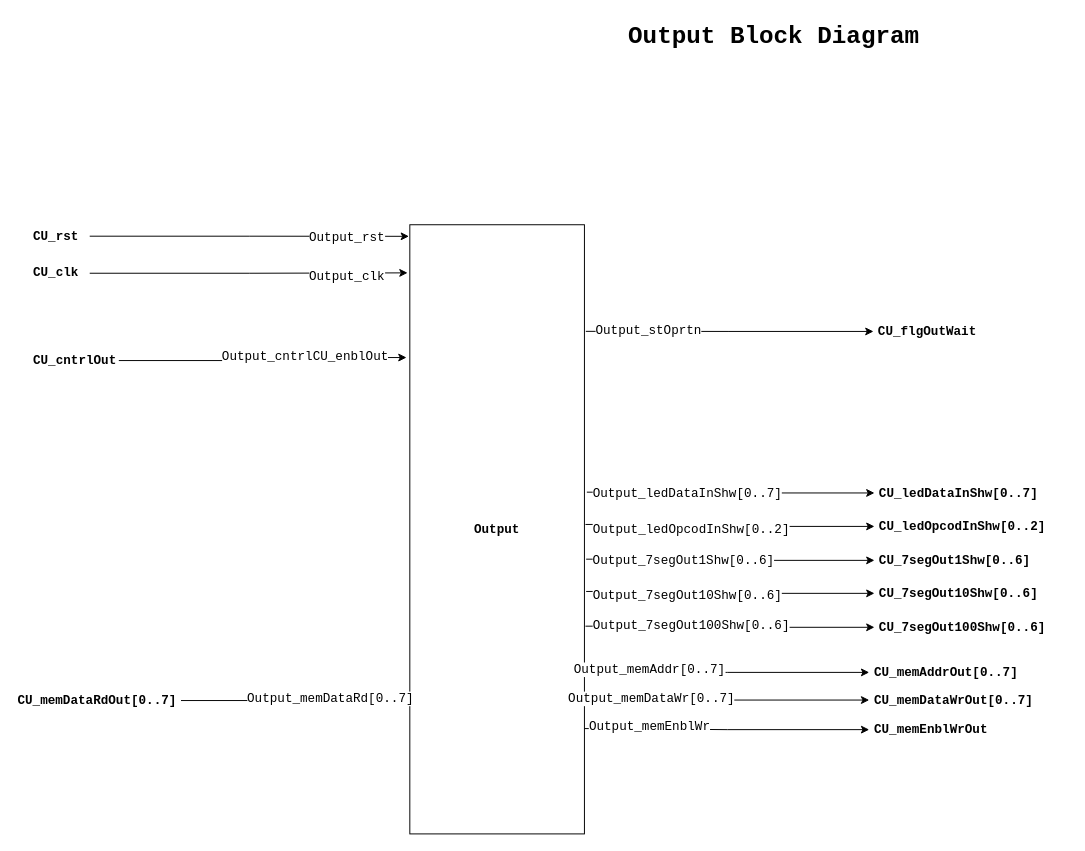
Above: page "Output_BD" (6 of 9) of 04_ControlUnit_v1/CPU_Design.drawio in Vichu95/Basic_CPU_FPGA (draw.io), before the change. Source tidied: cells renumbered, new cells numbered last; positions are measured from the earlier drawing's top-left corner, leaving out a move shared by most shapes. Both pictures are drawn from the tidied source at 97%, with x=0, y=0 at pixel (16, 16).
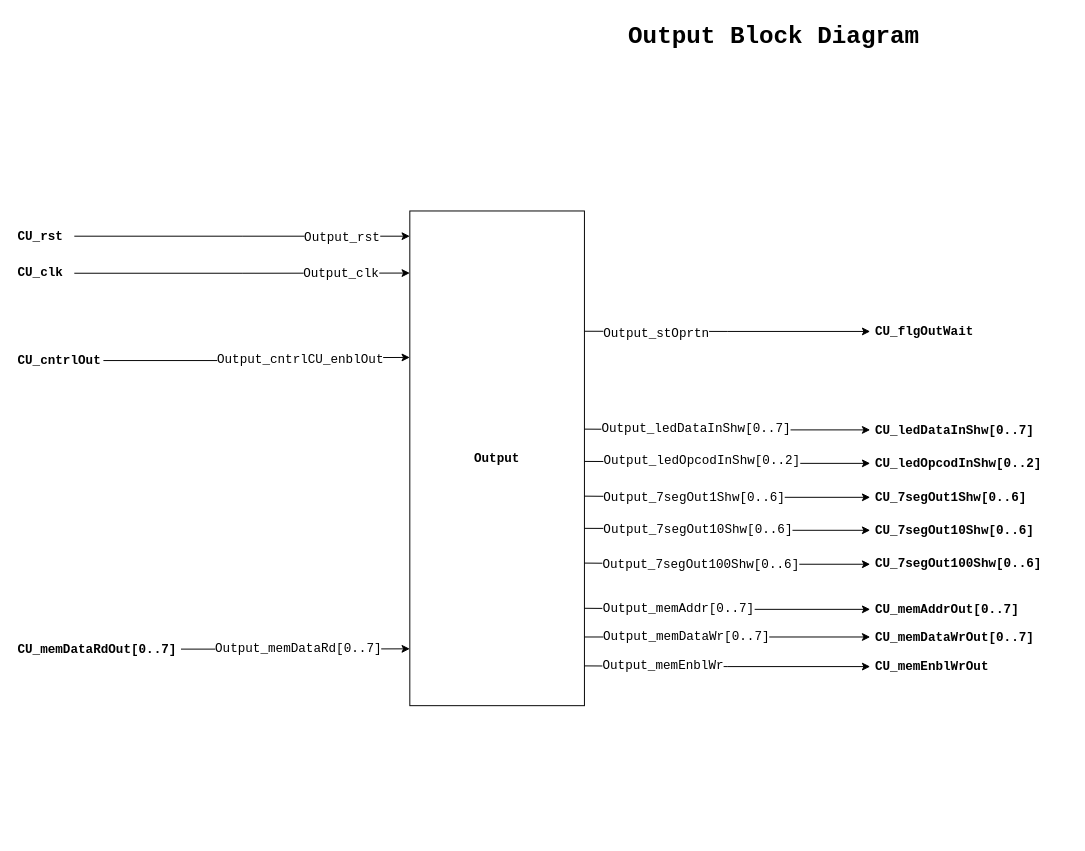
The same diagram, later.

What changed in the source:
```diff
@@
     <mxCell id="3" value="&lt;b&gt;&lt;font style=&quot;font-size: 13px;&quot;&gt;Output&lt;/font&gt;&lt;/b&gt;" style="rounded=0;whiteSpace=wrap;html=1;fontFamily=Courier New;fontSize=11;" parent="1" vertex="1">
-      <mxGeometry x="406" y="214.2" width="180" height="628" as="geometry" />
+      <mxGeometry x="406" y="200" width="180" height="510" as="geometry" />
     </mxCell>
-    <mxCell id="4" style="edgeStyle=orthogonalEdgeStyle;rounded=0;jettySize=auto;html=1;fontFamily=Courier New;fontSize=13;fontColor=#0000FF;entryX=-0.005;entryY=0.019;entryDx=0;entryDy=0;entryPerimeter=0;" parent="1" edge="1" source="6" target="3">
-      <mxGeometry relative="1" as="geometry" />
+    <mxCell id="4" style="edgeStyle=orthogonalEdgeStyle;rounded=0;jettySize=auto;html=1;fontFamily=Courier New;fontSize=13;fontColor=#0000FF;" parent="1" edge="1" source="6">
+      <mxGeometry relative="1" as="geometry">
+        <mxPoint x="406" y="226" as="targetPoint" />
+      </mxGeometry>
     </mxCell>
     <mxCell id="5" value="Output_rst" style="edgeLabel;html=1;align=center;verticalAlign=middle;fontSize=13;fontFamily=Courier New;fontColor=#000000;" parent="4" vertex="1">
       <mxGeometry x="0.68" relative="1" as="geometry">
-        <mxPoint x="-12" as="offset" />
+        <mxPoint x="-15" as="offset" />
       </mxGeometry>
     </mxCell>
     <mxCell id="6" value="CU_rst" style="text;html=1;align=left;verticalAlign=middle;points=[];strokeColor=none;fillColor=none;fontStyle=1;labelBackgroundColor=none;fontColor=#000000;fontSize=13;fontFamily=Courier New;spacing=2;spacingRight=-13;" parent="1" vertex="1">
-      <mxGeometry x="16" y="211" width="60" height="30" as="geometry" />
+      <mxGeometry x="0.1" y="211" width="60" height="30" as="geometry" />
     </mxCell>
-    <mxCell id="7" style="edgeStyle=orthogonalEdgeStyle;rounded=0;jettySize=auto;html=1;entryX=1.014;entryY=0.439;entryDx=0;entryDy=0;entryPerimeter=0;fontFamily=Courier New;fontSize=13;fontColor=#000000;startArrow=classic;startFill=1;endArrow=none;endFill=0;" parent="1" edge="1" source="9" target="3">
-      <mxGeometry relative="1" as="geometry" />
+    <mxCell id="7" style="edgeStyle=orthogonalEdgeStyle;rounded=0;jettySize=auto;html=1;entryX=1.014;entryY=0.439;entryDx=0;entryDy=0;entryPerimeter=0;fontFamily=Courier New;fontSize=13;fontColor=#000000;startArrow=classic;startFill=1;endArrow=none;endFill=0;" parent="1" edge="1" source="9">
+      <mxGeometry relative="1" as="geometry">
+        <mxPoint x="586" y="424.9" as="targetPoint" />
+      </mxGeometry>
     </mxCell>
     <mxCell id="8" value="Output_ledDataInShw[0..7]" style="edgeLabel;html=1;align=center;verticalAlign=middle;fontSize=13;fontFamily=Courier New;fontColor=#000000;" parent="7" vertex="1">
       <mxGeometry x="0.56" y="1" relative="1" as="geometry">
-        <mxPoint x="38" as="offset" />
+        <mxPoint x="50" y="-3" as="offset" />
       </mxGeometry>
     </mxCell>
     <mxCell id="9" value="CU_ledDataInShw[0..7]" style="text;html=1;align=left;verticalAlign=middle;points=[];strokeColor=none;fillColor=none;fontStyle=1;labelBackgroundColor=none;fontColor=#000000;fontSize=13;fontFamily=Courier New;spacingLeft=3;" parent="1" vertex="1">
-      <mxGeometry x="885" y="475.7" width="190" height="30" as="geometry" />
+      <mxGeometry x="880.6" y="410.7" width="190" height="30" as="geometry" />
     </mxCell>
-    <mxCell id="10" style="edgeStyle=orthogonalEdgeStyle;rounded=0;jettySize=auto;html=1;fontFamily=Courier New;fontSize=13;fontColor=#000000;startArrow=classic;startFill=1;endArrow=none;endFill=0;entryX=1.006;entryY=0.492;entryDx=0;entryDy=0;entryPerimeter=0;" parent="1" edge="1" source="12" target="3">
-      <mxGeometry relative="1" as="geometry" />
+    <mxCell id="10" style="edgeStyle=orthogonalEdgeStyle;rounded=0;jettySize=auto;html=1;fontFamily=Courier New;fontSize=13;fontColor=#000000;startArrow=classic;startFill=1;endArrow=none;endFill=0;entryX=1.006;entryY=0.492;entryDx=0;entryDy=0;entryPerimeter=0;" parent="1" edge="1" source="12">
+      <mxGeometry relative="1" as="geometry">
+        <mxPoint x="586" y="458.2" as="targetPoint" />
+      </mxGeometry>
     </mxCell>
     <mxCell id="11" value="Output_ledOpcodInShw[0..2]" style="edgeLabel;html=1;align=center;verticalAlign=middle;fontSize=13;fontFamily=Courier New;fontColor=#000000;" parent="10" vertex="1">
       <mxGeometry x="0.67" y="4" relative="1" as="geometry">
-        <mxPoint x="59" as="offset" />
+        <mxPoint x="71" y="-6" as="offset" />
       </mxGeometry>
     </mxCell>
     <mxCell id="12" value="CU_ledOpcodInShw[0..2]" style="text;html=1;align=left;verticalAlign=middle;points=[];strokeColor=none;fillColor=none;fontStyle=1;labelBackgroundColor=none;fontColor=#000000;fontSize=13;fontFamily=Courier New;spacingLeft=3;" parent="1" vertex="1">
-      <mxGeometry x="885" y="510.2" width="200" height="30" as="geometry" />
+      <mxGeometry x="880.6" y="445.2" width="200" height="30" as="geometry" />
     </mxCell>
-    <mxCell id="13" style="edgeStyle=orthogonalEdgeStyle;rounded=0;jettySize=auto;html=1;entryX=1.01;entryY=0.549;entryDx=0;entryDy=0;entryPerimeter=0;fontFamily=Courier New;fontSize=13;fontColor=#000000;startArrow=classic;startFill=1;endArrow=none;endFill=0;" parent="1" edge="1" source="15" target="3">
-      <mxGeometry relative="1" as="geometry" />
+    <mxCell id="13" style="edgeStyle=orthogonalEdgeStyle;rounded=0;jettySize=auto;html=1;entryX=1.01;entryY=0.549;entryDx=0;entryDy=0;entryPerimeter=0;fontFamily=Courier New;fontSize=13;fontColor=#000000;startArrow=classic;startFill=1;endArrow=none;endFill=0;" parent="1" edge="1" source="15">
+      <mxGeometry relative="1" as="geometry">
+        <mxPoint x="586" y="494" as="targetPoint" />
+      </mxGeometry>
     </mxCell>
     <mxCell id="14" value="Output_7segOut1Shw[0..6]" style="edgeLabel;html=1;align=center;verticalAlign=middle;fontSize=13;fontFamily=Courier New;fontColor=#000000;" parent="13" vertex="1">
       <mxGeometry x="0.75" y="-1" relative="1" as="geometry">
-        <mxPoint x="62" y="2" as="offset" />
+        <mxPoint x="75" y="1" as="offset" />
       </mxGeometry>
     </mxCell>
     <mxCell id="15" value="CU_7segOut1Shw[0..6]" style="text;html=1;align=left;verticalAlign=middle;points=[];strokeColor=none;fillColor=none;fontStyle=1;labelBackgroundColor=none;fontColor=#000000;fontSize=13;fontFamily=Courier New;spacingLeft=3;" parent="1" vertex="1">
-      <mxGeometry x="885" y="545.2" width="180" height="30" as="geometry" />
+      <mxGeometry x="880.6" y="480.2" width="180" height="30" as="geometry" />
     </mxCell>
-    <mxCell id="16" style="edgeStyle=orthogonalEdgeStyle;rounded=0;jettySize=auto;html=1;entryX=-0.013;entryY=0.079;entryDx=0;entryDy=0;entryPerimeter=0;fontFamily=Courier New;fontSize=13;fontColor=#000000;" parent="1" edge="1" source="18" target="3">
-      <mxGeometry relative="1" as="geometry" />
+    <mxCell id="16" style="edgeStyle=orthogonalEdgeStyle;rounded=0;jettySize=auto;html=1;fontFamily=Courier New;fontSize=13;fontColor=#000000;" parent="1" edge="1" source="18">
+      <mxGeometry relative="1" as="geometry">
+        <mxPoint x="406" y="264" as="targetPoint" />
+      </mxGeometry>
     </mxCell>
     <mxCell id="17" value="Output_clk" style="edgeLabel;html=1;align=center;verticalAlign=middle;fontSize=13;fontFamily=Courier New;fontColor=#000000;" parent="16" vertex="1">
       <mxGeometry x="0.67" y="-4" relative="1" as="geometry">
-        <mxPoint x="-9" as="offset" />
+        <mxPoint x="-14" y="-4" as="offset" />
       </mxGeometry>
     </mxCell>
     <mxCell id="18" value="CU_clk" style="text;html=1;align=left;verticalAlign=middle;points=[];strokeColor=none;fillColor=none;fontStyle=1;labelBackgroundColor=none;fontColor=#000000;fontSize=13;fontFamily=Courier New;spacing=2;spacingRight=-13;" parent="1" vertex="1">
-      <mxGeometry x="16" y="249.2" width="60" height="30" as="geometry" />
+      <mxGeometry x="0.1" y="249.2" width="60" height="30" as="geometry" />
     </mxCell>
-    <mxCell id="19" style="edgeStyle=orthogonalEdgeStyle;rounded=0;jettySize=auto;html=1;entryX=1.01;entryY=0.602;entryDx=0;entryDy=0;entryPerimeter=0;fontFamily=Courier New;fontSize=13;fontColor=#000000;startArrow=classic;startFill=1;endArrow=none;endFill=0;" parent="1" edge="1" source="21" target="3">
-      <mxGeometry relative="1" as="geometry" />
+    <mxCell id="19" style="edgeStyle=orthogonalEdgeStyle;rounded=0;jettySize=auto;html=1;entryX=1.01;entryY=0.602;entryDx=0;entryDy=0;entryPerimeter=0;fontFamily=Courier New;fontSize=13;fontColor=#000000;startArrow=classic;startFill=1;endArrow=none;endFill=0;" parent="1" edge="1" source="21">
+      <mxGeometry relative="1" as="geometry">
+        <mxPoint x="586" y="527.2" as="targetPoint" />
+      </mxGeometry>
     </mxCell>
     <mxCell id="20" value="Output_7segOut10Shw[0..6]" style="edgeLabel;html=1;align=center;verticalAlign=middle;fontSize=13;fontFamily=Courier New;fontColor=#000000;" parent="19" vertex="1">
       <mxGeometry x="0.31" y="4" relative="1" as="geometry">
-        <mxPoint x="1" as="offset" />
+        <mxPoint x="14" y="-4" as="offset" />
       </mxGeometry>
     </mxCell>
     <mxCell id="21" value="CU_7segOut10Shw[0..6]" style="text;html=1;align=left;verticalAlign=middle;points=[];strokeColor=none;fillColor=none;fontStyle=1;labelBackgroundColor=none;fontColor=#000000;fontSize=13;fontFamily=Courier New;spacingLeft=3;" parent="1" vertex="1">
-      <mxGeometry x="885" y="579.2" width="190" height="30" as="geometry" />
+      <mxGeometry x="880.6" y="514.2" width="190" height="30" as="geometry" />
     </mxCell>
-    <mxCell id="22" style="edgeStyle=orthogonalEdgeStyle;rounded=0;jettySize=auto;html=1;entryX=1.006;entryY=0.659;entryDx=0;entryDy=0;entryPerimeter=0;fontFamily=Courier New;fontSize=13;fontColor=#000000;startArrow=classic;startFill=1;endArrow=none;endFill=0;" parent="1" edge="1" source="24" target="3">
-      <mxGeometry relative="1" as="geometry" />
+    <mxCell id="22" style="edgeStyle=orthogonalEdgeStyle;rounded=0;jettySize=auto;html=1;entryX=1.006;entryY=0.659;entryDx=0;entryDy=0;entryPerimeter=0;fontFamily=Courier New;fontSize=13;fontColor=#000000;startArrow=classic;startFill=1;endArrow=none;endFill=0;" parent="1" edge="1" source="24">
+      <mxGeometry relative="1" as="geometry">
+        <mxPoint x="586" y="563" as="targetPoint" />
+      </mxGeometry>
     </mxCell>
     <mxCell id="23" value="Output_7segOut100Shw[0..6]" style="edgeLabel;html=1;align=center;verticalAlign=middle;fontSize=13;fontFamily=Courier New;fontColor=#000000;" parent="22" vertex="1">
       <mxGeometry x="0.62" y="-2" relative="1" as="geometry">
-        <mxPoint x="51" as="offset" />
+        <mxPoint x="63" y="3" as="offset" />
       </mxGeometry>
     </mxCell>
     <mxCell id="24" value="CU_7segOut100Shw[0..6]" style="text;html=1;align=left;verticalAlign=middle;points=[];strokeColor=none;fillColor=none;fontStyle=1;labelBackgroundColor=none;fontColor=#000000;fontSize=13;fontFamily=Courier New;spacingLeft=3;" parent="1" vertex="1">
-      <mxGeometry x="885" y="614.2" width="200" height="30" as="geometry" />
+      <mxGeometry x="880.6" y="549.2" width="200" height="30" as="geometry" />
     </mxCell>
-    <mxCell id="25" style="edgeStyle=orthogonalEdgeStyle;rounded=0;jettySize=auto;html=1;entryX=-0.019;entryY=0.218;entryDx=0;entryDy=0;entryPerimeter=0;fontFamily=Courier New;fontSize=13;fontColor=#000000;startArrow=none;startFill=0;endArrow=classic;endFill=1;" parent="1" edge="1" source="27" target="3">
-      <mxGeometry relative="1" as="geometry" />
+    <mxCell id="25" style="edgeStyle=orthogonalEdgeStyle;rounded=0;jettySize=auto;html=1;fontFamily=Courier New;fontSize=13;fontColor=#000000;startArrow=none;startFill=0;endArrow=classic;endFill=1;" parent="1" edge="1" source="27">
+      <mxGeometry relative="1" as="geometry">
+        <mxPoint x="406" y="351" as="targetPoint" />
+      </mxGeometry>
     </mxCell>
     <mxCell id="26" value="Output_cntrlCU_enblOut" style="edgeLabel;html=1;align=center;verticalAlign=middle;fontSize=13;fontFamily=Courier New;fontColor=#000000;" parent="25" vertex="1">
       <mxGeometry x="0.46" y="2" relative="1" as="geometry">
-        <mxPoint x="-24" as="offset" />
+        <mxPoint x="-28" y="3" as="offset" />
       </mxGeometry>
     </mxCell>
     <mxCell id="27" value="CU_cntrlOut" style="text;html=1;align=left;verticalAlign=middle;points=[];strokeColor=none;fillColor=none;fontStyle=1;labelBackgroundColor=none;fontColor=#000000;fontSize=13;fontFamily=Courier New;spacing=2;spacingRight=-13;" parent="1" vertex="1">
-      <mxGeometry x="16" y="339.2" width="90" height="30" as="geometry" />
+      <mxGeometry x="0.1" y="339.2" width="90" height="30" as="geometry" />
     </mxCell>
-    <mxCell id="28" style="edgeStyle=orthogonalEdgeStyle;rounded=0;jettySize=auto;html=1;entryX=1.008;entryY=0.175;entryDx=0;entryDy=0;entryPerimeter=0;fontFamily=Courier New;fontSize=13;fontColor=#000000;startArrow=classic;startFill=1;endArrow=none;endFill=0;" parent="1" edge="1" source="30" target="3">
-      <mxGeometry relative="1" as="geometry" />
+    <mxCell id="28" style="edgeStyle=orthogonalEdgeStyle;rounded=0;jettySize=auto;html=1;fontFamily=Courier New;fontSize=13;fontColor=#000000;startArrow=classic;startFill=1;endArrow=none;endFill=0;" parent="1" edge="1" source="30">
+      <mxGeometry relative="1" as="geometry">
+        <mxPoint x="586" y="324" as="targetPoint" />
+      </mxGeometry>
     </mxCell>
     <mxCell id="29" value="Output_stOprtn" style="edgeLabel;html=1;align=center;verticalAlign=middle;fontSize=13;fontFamily=Courier New;fontColor=#000000;" parent="28" vertex="1">
       <mxGeometry x="0.63" y="-2" relative="1" as="geometry">
-        <mxPoint x="9" as="offset" />
+        <mxPoint x="19" y="3" as="offset" />
       </mxGeometry>
     </mxCell>
     <mxCell id="30" value="CU_flgOutWait" style="text;html=1;align=left;verticalAlign=middle;points=[];strokeColor=none;fillColor=none;fontStyle=1;labelBackgroundColor=none;fontColor=#000000;fontSize=13;fontFamily=Courier New;spacingLeft=3;" parent="1" vertex="1">
-      <mxGeometry x="884" y="309.2" width="130" height="30" as="geometry" />
+      <mxGeometry x="880.6" y="309.2" width="130" height="30" as="geometry" />
     </mxCell>
     <mxCell id="31" style="edgeStyle=orthogonalEdgeStyle;rounded=0;jettySize=auto;html=1;entryX=1.008;entryY=0.175;entryDx=0;entryDy=0;entryPerimeter=0;fontFamily=Courier New;fontSize=13;fontColor=#000000;startArrow=classic;startFill=1;endArrow=none;endFill=0;" parent="1" edge="1" source="33">
       <mxGeometry relative="1" as="geometry">
-        <mxPoint x="586" y="674.6" as="targetPoint" />
+        <mxPoint x="586" y="609.6" as="targetPoint" />
       </mxGeometry>
     </mxCell>
     <mxCell id="32" value="Output_memAddr[0..7]" style="edgeLabel;html=1;align=center;verticalAlign=middle;fontSize=13;fontFamily=Courier New;fontColor=#000000;" parent="31" vertex="1">
       <mxGeometry x="0.63" y="-2" relative="1" as="geometry">
-        <mxPoint x="12" as="offset" />
+        <mxPoint x="42" y="2" as="offset" />
       </mxGeometry>
     </mxCell>
     <mxCell id="33" value="CU_memAddrOut[0..7]" style="text;html=1;align=left;verticalAlign=middle;points=[];strokeColor=none;fillColor=none;fontStyle=1;labelBackgroundColor=none;fontColor=#000000;fontSize=13;fontFamily=Courier New;spacingLeft=3;" parent="1" vertex="1">
-      <mxGeometry x="879.6" y="660.7" width="170" height="30" as="geometry" />
+      <mxGeometry x="880.6" y="595.7" width="170" height="30" as="geometry" />
     </mxCell>
     <mxCell id="34" style="edgeStyle=orthogonalEdgeStyle;rounded=0;jettySize=auto;html=1;entryX=1.014;entryY=0.222;entryDx=0;entryDy=0;entryPerimeter=0;fontFamily=Courier New;fontSize=13;fontColor=#000000;startArrow=classic;startFill=1;endArrow=none;endFill=0;" parent="1" edge="1" source="36">
       <mxGeometry relative="1" as="geometry">
-        <mxPoint x="587.1" y="704.2" as="targetPoint" />
+        <mxPoint x="586" y="639.2" as="targetPoint" />
       </mxGeometry>
     </mxCell>
     <mxCell id="35" value="Output_memDataWr[0..7]" style="edgeLabel;html=1;align=center;verticalAlign=middle;fontSize=13;fontFamily=Courier New;fontColor=#000000;" parent="34" vertex="1">
       <mxGeometry x="0.73" y="-2" relative="1" as="geometry">
-        <mxPoint x="28" as="offset" />
+        <mxPoint x="65" y="1" as="offset" />
       </mxGeometry>
     </mxCell>
     <mxCell id="36" value="CU_memDataWrOut[0..7]" style="text;html=1;align=left;verticalAlign=middle;points=[];strokeColor=none;fillColor=none;fontStyle=1;labelBackgroundColor=none;fontColor=#000000;fontSize=13;fontFamily=Courier New;spacingLeft=3;" parent="1" vertex="1">
-      <mxGeometry x="879.6" y="689.7" width="190" height="30" as="geometry" />
+      <mxGeometry x="880.6" y="624.7" width="190" height="30" as="geometry" />
     </mxCell>
-    <mxCell id="37" style="edgeStyle=orthogonalEdgeStyle;rounded=0;jettySize=auto;html=1;entryX=1.008;entryY=0.175;entryDx=0;entryDy=0;entryPerimeter=0;fontFamily=Courier New;fontSize=13;fontColor=#000000;startArrow=classic;startFill=1;endArrow=none;endFill=0;" parent="1" edge="1" source="39">
+    <mxCell id="37" style="edgeStyle=orthogonalEdgeStyle;rounded=0;jettySize=auto;html=1;fontFamily=Courier New;fontSize=13;fontColor=#000000;startArrow=classic;startFill=1;endArrow=none;endFill=0;" parent="1" edge="1" source="39">
       <mxGeometry relative="1" as="geometry">
-        <mxPoint x="586" y="733.6" as="targetPoint" />
+        <mxPoint x="586" y="669" as="targetPoint" />
       </mxGeometry>
     </mxCell>
     <mxCell id="38" value="Output_memEnblWr" style="edgeLabel;html=1;align=center;verticalAlign=middle;fontSize=13;fontFamily=Courier New;fontColor=#000000;" parent="37" vertex="1">
       <mxGeometry x="0.63" y="-2" relative="1" as="geometry">
-        <mxPoint x="12" as="offset" />
+        <mxPoint x="26" y="1" as="offset" />
       </mxGeometry>
     </mxCell>
     <mxCell id="39" value="CU_memEnblWrOut" style="text;html=1;align=left;verticalAlign=middle;points=[];strokeColor=none;fillColor=none;fontStyle=1;labelBackgroundColor=none;fontColor=#000000;fontSize=13;fontFamily=Courier New;spacingLeft=3;" parent="1" vertex="1">
-      <mxGeometry x="879.6" y="719.7" width="140" height="30" as="geometry" />
+      <mxGeometry x="880.6" y="654.7" width="140" height="30" as="geometry" />
     </mxCell>
     <mxCell id="40" style="edgeStyle=orthogonalEdgeStyle;rounded=0;jettySize=auto;html=1;entryX=-0.017;entryY=0.458;entryDx=0;entryDy=0;entryPerimeter=0;fontFamily=Courier New;fontSize=13;fontColor=#000000;startArrow=none;startFill=0;endArrow=classic;endFill=1;" parent="1" edge="1" source="42">
       <mxGeometry relative="1" as="geometry">
-        <mxPoint x="406" y="704.4" as="targetPoint" />
+        <mxPoint x="406" y="651.4" as="targetPoint" />
       </mxGeometry>
     </mxCell>
     <mxCell id="41" value="Output_memDataRd[0..7]" style="edgeLabel;html=1;align=center;verticalAlign=middle;fontSize=13;fontFamily=Courier New;fontColor=#000000;" parent="40" vertex="1">
       <mxGeometry x="0.46" y="2" relative="1" as="geometry">
-        <mxPoint x="-18" as="offset" />
+        <mxPoint x="-51" y="1" as="offset" />
       </mxGeometry>
     </mxCell>
     <mxCell id="42" value="CU_memDataRdOut[0..7]" style="text;html=1;align=left;verticalAlign=middle;points=[];strokeColor=none;fillColor=none;fontStyle=1;labelBackgroundColor=none;fontColor=#000000;fontSize=13;fontFamily=Courier New;spacing=2;spacingRight=-13;" parent="1" vertex="1">
-      <mxGeometry x="0.1" y="689.7" width="170" height="30" as="geometry" />
+      <mxGeometry x="0.1" y="636.7" width="170" height="30" as="geometry" />
     </mxCell>
```
